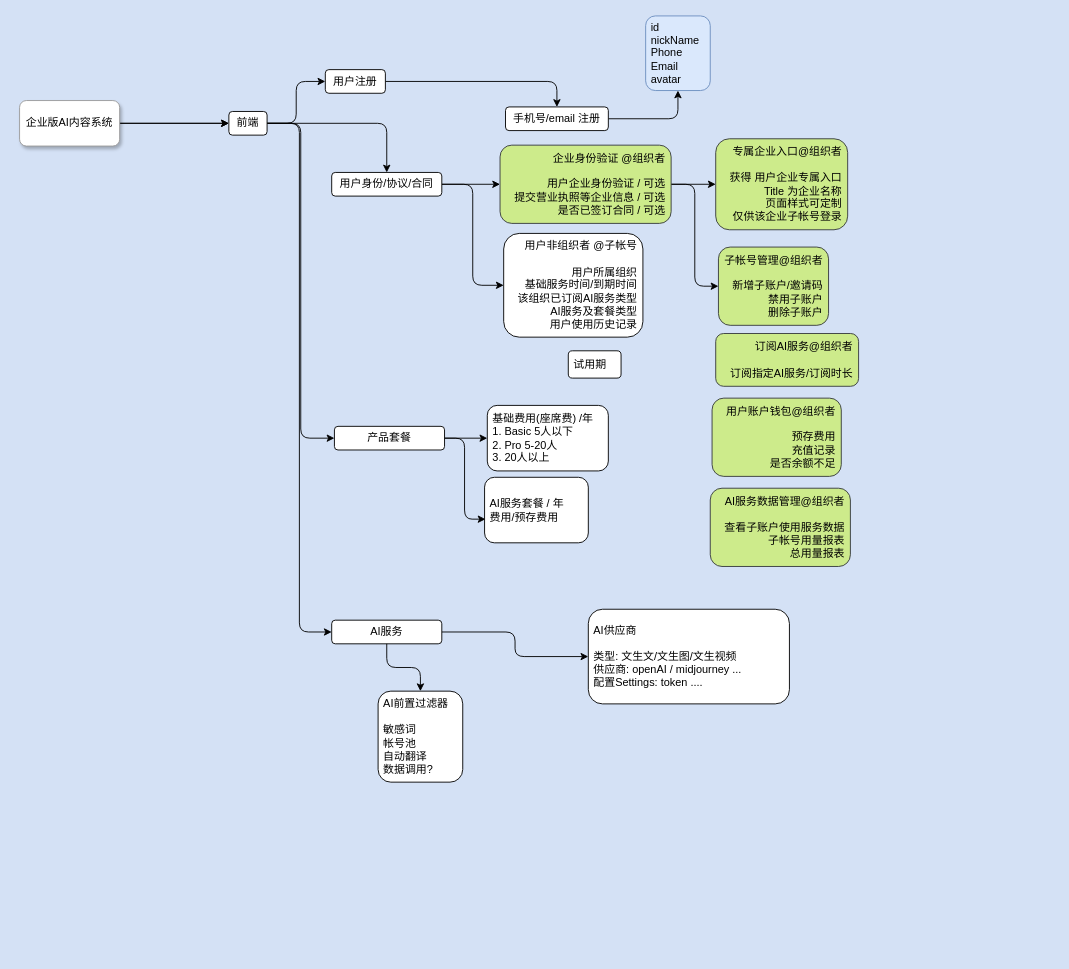
The draw.io diagram 230828.drawio in 42atom/desgindata, before the edit. Source tidied: cells renumbered, new cells numbered last; positions are measured from the earlier drawing's top-left corner, leaving out a move shared by most shapes. Both pictures are drawn from the tidied source at 91%, with x=0, y=0 at pixel (19, 15).
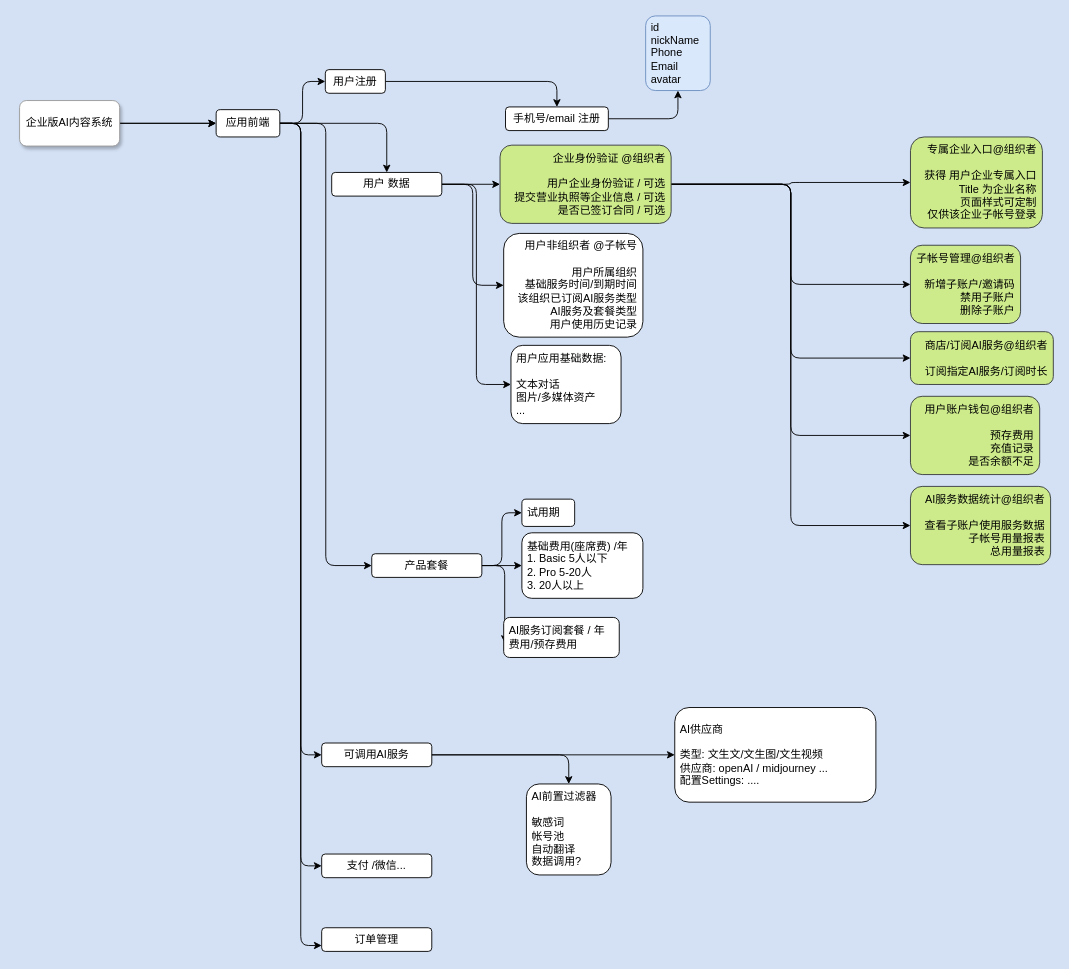
The same page after the edit.

The change refers to these unchanged cells:
```xml
<mxCell id="21" value="企业身份验证 @组织者&lt;br&gt;&lt;br&gt;用户企业身份验证 / 可选&lt;br&gt;提交营业执照等企业信息 / 可选&lt;br&gt;是否已签订合同 / 可选" style="whiteSpace=wrap;rounded=1;align=right;html=1;spacingLeft=4;spacingBottom=4;spacingTop=4;spacingRight=4;fillColor=#cdeb8b;strokeColor=#36393d;" parent="1" vertex="1">
  <mxGeometry x="528" y="142" width="188" height="86" as="geometry" />
</mxCell>
```

Diff of the diagram source:
```diff
@@
+    <mxCell id="38" style="edgeStyle=orthogonalEdgeStyle;rounded=1;jettySize=auto;html=1;entryX=0;entryY=0.5;entryDx=0;entryDy=0;fontFamily=Helvetica;fontSize=12;fontColor=default;" parent="1" edge="1" source="9" target="46">
+      <mxGeometry relative="1" as="geometry" />
+    </mxCell>
+    <mxCell id="39" style="edgeStyle=orthogonalEdgeStyle;rounded=1;jettySize=auto;html=1;entryX=0;entryY=0.75;entryDx=0;entryDy=0;fontFamily=Helvetica;fontSize=12;fontColor=default;" parent="1" edge="1" source="9" target="47">
+      <mxGeometry relative="1" as="geometry" />
+    </mxCell>
-    <mxCell id="9" value="前端" style="whiteSpace=wrap;html=1;rounded=1;spacingLeft=4;spacingBottom=4;spacingTop=4;spacingRight=4;" parent="1" vertex="1">
-      <mxGeometry x="230" y="105" width="42" height="26" as="geometry" />
+    <mxCell id="9" value="应用前端" style="whiteSpace=wrap;html=1;rounded=1;spacingLeft=4;spacingBottom=4;spacingTop=4;spacingRight=4;" parent="1" vertex="1">
+      <mxGeometry x="216" y="103" width="70" height="30" as="geometry" />
     </mxCell>
@@
+    <mxCell id="40" style="edgeStyle=orthogonalEdgeStyle;rounded=1;jettySize=auto;html=1;entryX=0;entryY=0.5;entryDx=0;entryDy=0;fontFamily=Helvetica;fontSize=12;fontColor=default;" parent="1" edge="1" source="17" target="45">
+      <mxGeometry relative="1" as="geometry" />
+    </mxCell>
-    <mxCell id="17" value="用户身份/协议/合同" style="whiteSpace=wrap;html=1;rounded=1;spacingLeft=4;spacingBottom=4;spacingTop=4;spacingRight=4;" parent="1" vertex="1">
+    <mxCell id="17" value="用户 数据" style="whiteSpace=wrap;html=1;rounded=1;spacingLeft=4;spacingBottom=4;spacingTop=4;spacingRight=4;" parent="1" vertex="1">
       <mxGeometry x="343" y="172" width="121" height="26" as="geometry" />
     </mxCell>
@@
+    <mxCell id="41" style="edgeStyle=orthogonalEdgeStyle;rounded=1;jettySize=auto;html=1;entryX=0;entryY=0.5;entryDx=0;entryDy=0;fontFamily=Helvetica;fontSize=12;fontColor=default;" parent="1" edge="1" source="21" target="24">
+      <mxGeometry relative="1" as="geometry" />
+    </mxCell>
+    <mxCell id="42" style="edgeStyle=orthogonalEdgeStyle;rounded=1;jettySize=auto;html=1;entryX=0;entryY=0.5;entryDx=0;entryDy=0;fontFamily=Helvetica;fontSize=12;fontColor=default;" parent="1" edge="1" source="21" target="26">
+      <mxGeometry relative="1" as="geometry" />
+    </mxCell>
+    <mxCell id="43" style="edgeStyle=orthogonalEdgeStyle;rounded=1;jettySize=auto;html=1;entryX=0;entryY=0.5;entryDx=0;entryDy=0;fontFamily=Helvetica;fontSize=12;fontColor=default;" parent="1" edge="1" source="21" target="25">
+      <mxGeometry relative="1" as="geometry" />
+    </mxCell>
@@
     <mxCell id="22" value="子帐号管理@组织者&lt;br&gt;&lt;br&gt;新增子账户/邀请码&lt;br&gt;禁用子账户&lt;br&gt;删除子账户" style="whiteSpace=wrap;html=1;rounded=1;align=right;spacingLeft=4;spacingBottom=4;spacingTop=4;spacingRight=4;fillColor=#cdeb8b;strokeColor=#36393d;" parent="1" vertex="1">
-      <mxGeometry x="768" y="254" width="121" height="86" as="geometry" />
+      <mxGeometry x="979" y="252" width="121" height="86" as="geometry" />
     </mxCell>
     <mxCell id="23" value="专属企业入口@组织者&lt;br&gt;&lt;br&gt;获得 用户企业专属入口&lt;br&gt;Title 为企业名称&lt;br&gt;页面样式可定制&lt;br&gt;仅供该企业子帐号登录" style="whiteSpace=wrap;rounded=1;align=right;html=1;spacingLeft=4;spacingBottom=4;spacingTop=4;spacingRight=4;fillColor=#cdeb8b;strokeColor=#36393d;" parent="1" vertex="1">
-      <mxGeometry x="765" y="135" width="145" height="100" as="geometry" />
+      <mxGeometry x="979" y="133" width="145" height="100" as="geometry" />
     </mxCell>
-    <mxCell id="24" value="订阅AI服务@组织者&lt;br&gt;&lt;br&gt;订阅指定AI服务/订阅时长&lt;br&gt;" style="whiteSpace=wrap;html=1;rounded=1;align=right;spacingLeft=4;spacingBottom=4;spacingTop=4;spacingRight=4;fillColor=#cdeb8b;strokeColor=#36393d;" parent="1" vertex="1">
-      <mxGeometry x="765" y="349" width="157" height="58" as="geometry" />
+    <mxCell id="24" value="商店/订阅AI服务@组织者&lt;br&gt;&lt;br&gt;订阅指定AI服务/订阅时长" style="whiteSpace=wrap;html=1;rounded=1;align=right;spacingLeft=4;spacingBottom=4;spacingTop=4;spacingRight=4;fillColor=#cdeb8b;strokeColor=#36393d;" parent="1" vertex="1">
+      <mxGeometry x="979" y="347" width="157" height="58" as="geometry" />
     </mxCell>
-    <mxCell id="25" value="AI服务数据管理@组织者&lt;br&gt;&lt;br&gt;查看子账户使用服务数据&lt;br&gt;子帐号用量报表&lt;br&gt;总用量报表" style="whiteSpace=wrap;html=1;rounded=1;align=right;spacingLeft=4;spacingBottom=4;spacingTop=4;spacingRight=4;fillColor=#cdeb8b;strokeColor=#36393d;" parent="1" vertex="1">
-      <mxGeometry x="759" y="519" width="154" height="86" as="geometry" />
+    <mxCell id="25" value="AI服务数据统计@组织者&lt;br&gt;&lt;br&gt;查看子账户使用服务数据&lt;br&gt;子帐号用量报表&lt;br&gt;总用量报表" style="whiteSpace=wrap;html=1;rounded=1;align=right;spacingLeft=4;spacingBottom=4;spacingTop=4;spacingRight=4;fillColor=#cdeb8b;strokeColor=#36393d;" parent="1" vertex="1">
+      <mxGeometry x="979" y="517" width="154" height="86" as="geometry" />
     </mxCell>
     <mxCell id="26" value="用户账户钱包@组织者&lt;br&gt;&lt;br&gt;预存费用&lt;br&gt;充值记录&lt;br&gt;是否余额不足" style="whiteSpace=wrap;html=1;rounded=1;align=right;spacingLeft=4;spacingBottom=4;spacingTop=4;spacingRight=4;fillColor=#cdeb8b;strokeColor=#36393d;" parent="1" vertex="1">
-      <mxGeometry x="761" y="420" width="142" height="86" as="geometry" />
+      <mxGeometry x="979" y="418" width="142" height="86" as="geometry" />
     </mxCell>
@@
-    <mxCell id="28" value="AI服务" style="whiteSpace=wrap;html=1;rounded=1;spacingLeft=4;spacingBottom=4;spacingTop=4;spacingRight=4;" parent="1" vertex="1">
-      <mxGeometry x="343" y="664" width="121" height="26" as="geometry" />
+    <mxCell id="28" value="可调用AI服务" style="whiteSpace=wrap;html=1;rounded=1;spacingLeft=4;spacingBottom=4;spacingTop=4;spacingRight=4;" parent="1" vertex="1">
+      <mxGeometry x="332" y="799" width="121" height="26" as="geometry" />
     </mxCell>
@@
+    <mxCell id="44" style="edgeStyle=orthogonalEdgeStyle;rounded=1;jettySize=auto;html=1;entryX=0;entryY=0.5;entryDx=0;entryDy=0;fontFamily=Helvetica;fontSize=12;fontColor=default;" parent="1" edge="1" source="31" target="34">
+      <mxGeometry relative="1" as="geometry" />
+    </mxCell>
     <mxCell id="31" value="产品套餐" style="whiteSpace=wrap;html=1;rounded=1;spacingLeft=4;spacingBottom=4;spacingTop=4;spacingRight=4;" parent="1" vertex="1">
-      <mxGeometry x="346" y="451" width="121" height="26" as="geometry" />
+      <mxGeometry x="387" y="591" width="121" height="26" as="geometry" />
     </mxCell>
     <mxCell id="32" value="基础费用(座席费) /年&lt;br&gt;1. Basic 5人以下&lt;br&gt;2. Pro 5-20人&lt;br&gt;3. 20人以上" style="whiteSpace=wrap;html=1;rounded=1;spacingLeft=4;spacingBottom=4;spacingTop=4;spacingRight=4;align=left;" parent="1" vertex="1">
-      <mxGeometry x="514" y="428" width="133" height="72" as="geometry" />
+      <mxGeometry x="552" y="568" width="133" height="72" as="geometry" />
     </mxCell>
-    <mxCell id="33" value="AI服务套餐 / 年&lt;br&gt;费用/预存费用" style="whiteSpace=wrap;html=1;rounded=1;spacingLeft=4;spacingBottom=4;spacingTop=4;spacingRight=4;align=left;" parent="1" vertex="1">
-      <mxGeometry x="511" y="507" width="114" height="72" as="geometry" />
+    <mxCell id="33" value="AI服务订阅套餐 / 年&lt;br&gt;费用/预存费用" style="whiteSpace=wrap;html=1;rounded=1;spacingLeft=4;spacingBottom=4;spacingTop=4;spacingRight=4;align=left;" parent="1" vertex="1">
+      <mxGeometry x="532" y="661" width="127" height="44" as="geometry" />
     </mxCell>
     <mxCell id="34" value="试用期" style="whiteSpace=wrap;html=1;rounded=1;spacingLeft=4;spacingBottom=4;spacingTop=4;spacingRight=4;align=left;" parent="1" vertex="1">
-      <mxGeometry x="603" y="368" width="58" height="30" as="geometry" />
+      <mxGeometry x="552" y="531" width="58" height="30" as="geometry" />
     </mxCell>
-    <mxCell id="35" style="edgeStyle=orthogonalEdgeStyle;rounded=1;jettySize=auto;html=1;fontFamily=Helvetica;fontSize=12;fontColor=default;exitX=0.5;exitY=1;exitDx=0;exitDy=0;" parent="1" edge="1" source="28" target="37">
+    <mxCell id="35" style="edgeStyle=orthogonalEdgeStyle;rounded=1;jettySize=auto;html=1;fontFamily=Helvetica;fontSize=12;fontColor=default;exitX=1;exitY=0.5;exitDx=0;exitDy=0;" parent="1" edge="1" source="28" target="37">
       <mxGeometry relative="1" as="geometry" />
     </mxCell>
-    <mxCell id="36" value="AI供应商&lt;br&gt;&lt;br&gt;类型: 文生文/文生图/文生视频&lt;br&gt;供应商: openAI / midjourney ...&lt;br&gt;配置Settings: token ...." style="whiteSpace=wrap;html=1;rounded=1;spacingLeft=4;spacingBottom=4;spacingTop=4;spacingRight=4;align=left;" parent="1" vertex="1">
-      <mxGeometry x="625" y="652" width="221" height="104" as="geometry" />
+    <mxCell id="36" value="AI供应商&lt;br&gt;&lt;br&gt;类型: 文生文/文生图/文生视频&lt;br&gt;供应商: openAI / midjourney ...&lt;br&gt;配置Settings: ...." style="whiteSpace=wrap;html=1;rounded=1;spacingLeft=4;spacingBottom=4;spacingTop=4;spacingRight=4;align=left;" parent="1" vertex="1">
+      <mxGeometry x="720" y="760" width="221" height="104" as="geometry" />
     </mxCell>
     <mxCell id="37" value="AI前置过滤器&lt;br&gt;&lt;br&gt;敏感词&lt;br&gt;帐号池&lt;br&gt;自动翻译&lt;br&gt;数据调用?" style="whiteSpace=wrap;html=1;rounded=1;spacingLeft=4;spacingBottom=4;spacingTop=4;spacingRight=4;align=left;" parent="1" vertex="1">
-      <mxGeometry x="394" y="742" width="93" height="100" as="geometry" />
+      <mxGeometry x="557" y="844" width="93" height="100" as="geometry" />
     </mxCell>
+    <mxCell id="45" value="用户应用基础数据:&lt;br&gt;&lt;br&gt;文本对话&lt;br&gt;图片/多媒体资产&lt;br&gt;..." style="whiteSpace=wrap;html=1;rounded=1;spacingLeft=4;spacingBottom=4;spacingTop=4;spacingRight=4;align=left;" parent="1" vertex="1">
+      <mxGeometry x="540" y="362" width="121" height="86" as="geometry" />
+    </mxCell>
+    <mxCell id="46" value="支付 /微信..." style="whiteSpace=wrap;html=1;rounded=1;spacingLeft=4;spacingBottom=4;spacingTop=4;spacingRight=4;" parent="1" vertex="1">
+      <mxGeometry x="332" y="921" width="121" height="26" as="geometry" />
+    </mxCell>
+    <mxCell id="47" value="订单管理" style="whiteSpace=wrap;html=1;rounded=1;spacingLeft=4;spacingBottom=4;spacingTop=4;spacingRight=4;" parent="1" vertex="1">
+      <mxGeometry x="332" y="1002" width="121" height="26" as="geometry" />
+    </mxCell>
```
